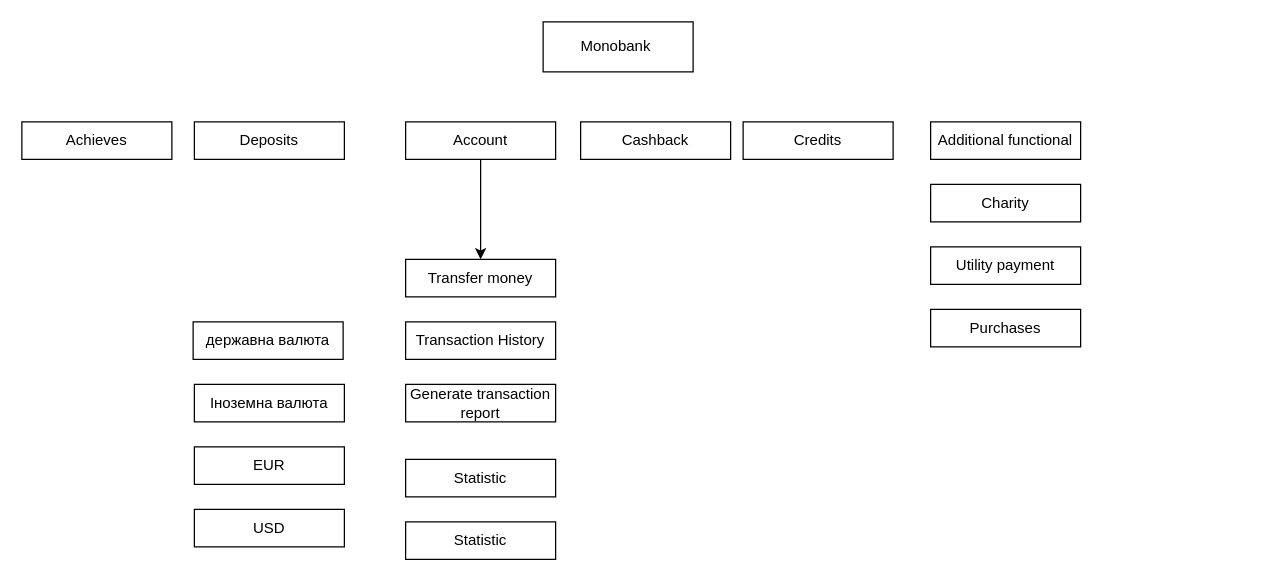
The draw.io diagram Decomposition.drawio in incfl0w/drawio, before the edit. Source tidied: cells renumbered, new cells numbered last; positions are measured from the earlier drawing's top-left corner, leaving out a move shared by most shapes. Both pictures are drawn from the tidied source at 125%, with x=0, y=0 at pixel (21, 21).
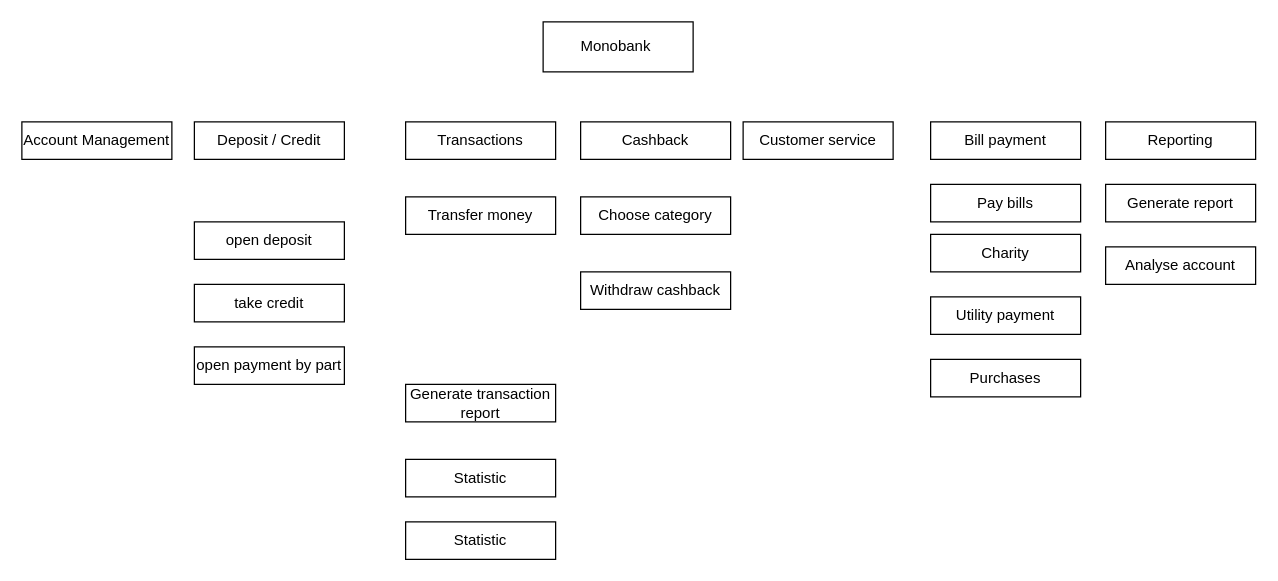
Above is the later version.

Diff of the diagram source:
```diff
@@
-    <mxCell id="3" style="edgeStyle=orthogonalEdgeStyle;rounded=0;jettySize=auto;html=1;" parent="1" edge="1" source="4" target="13">
-      <mxGeometry relative="1" as="geometry" />
-    </mxCell>
-    <mxCell id="4" value="Aссount" style="whiteSpace=wrap;html=1;" parent="1" vertex="1">
+    <mxCell id="4" value="Transactions" style="whiteSpace=wrap;html=1;" parent="1" vertex="1">
       <mxGeometry x="307" y="80" width="120" height="30" as="geometry" />
     </mxCell>
-    <mxCell id="5" value="Deposits" style="whiteSpace=wrap;html=1;" parent="1" vertex="1">
+    <mxCell id="5" value="Deposit / Credit" style="whiteSpace=wrap;html=1;" parent="1" vertex="1">
       <mxGeometry x="138" y="80" width="120" height="30" as="geometry" />
     </mxCell>
-    <mxCell id="6" value="Credits" style="whiteSpace=wrap;html=1;" parent="1" vertex="1">
+    <mxCell id="6" value="Customer service" style="whiteSpace=wrap;html=1;" parent="1" vertex="1">
       <mxGeometry x="577" y="80" width="120" height="30" as="geometry" />
     </mxCell>
-    <mxCell id="7" value="Additional functional" style="whiteSpace=wrap;html=1;" parent="1" vertex="1">
+    <mxCell id="7" value="Bill payment" style="whiteSpace=wrap;html=1;" parent="1" vertex="1">
       <mxGeometry x="727" y="80" width="120" height="30" as="geometry" />
     </mxCell>
     <mxCell id="8" value="Charity" style="whiteSpace=wrap;html=1;" parent="1" vertex="1">
-      <mxGeometry x="727" y="130" width="120" height="30" as="geometry" />
+      <mxGeometry x="727" y="170" width="120" height="30" as="geometry" />
     </mxCell>
     <mxCell id="9" value="Utility payment" style="whiteSpace=wrap;html=1;" parent="1" vertex="1">
-      <mxGeometry x="727" y="180" width="120" height="30" as="geometry" />
+      <mxGeometry x="727" y="220" width="120" height="30" as="geometry" />
     </mxCell>
     <mxCell id="10" value="Purchases" style="whiteSpace=wrap;html=1;" parent="1" vertex="1">
-      <mxGeometry x="727" y="230" width="120" height="30" as="geometry" />
+      <mxGeometry x="727" y="270" width="120" height="30" as="geometry" />
     </mxCell>
@@
-    <mxCell id="12" value="Achieves" style="whiteSpace=wrap;html=1;" parent="1" vertex="1">
+    <mxCell id="12" value="Account Management" style="whiteSpace=wrap;html=1;" parent="1" vertex="1">
       <mxGeometry y="80" width="120" height="30" as="geometry" />
     </mxCell>
     <mxCell id="13" value="Transfer money" style="whiteSpace=wrap;html=1;" parent="1" vertex="1">
-      <mxGeometry x="307" y="190" width="120" height="30" as="geometry" />
+      <mxGeometry x="307" y="140" width="120" height="30" as="geometry" />
     </mxCell>
-    <mxCell id="14" value="Transaction History" style="whiteSpace=wrap;html=1;" parent="1" vertex="1">
-      <mxGeometry x="307" y="240" width="120" height="30" as="geometry" />
+    <mxCell id="14" value="Generate report" style="whiteSpace=wrap;html=1;" parent="1" vertex="1">
+      <mxGeometry x="867" y="130" width="120" height="30" as="geometry" />
     </mxCell>
@@
-    <mxCell id="18" value="EUR" style="whiteSpace=wrap;html=1;" parent="1" vertex="1">
-      <mxGeometry x="138" y="340" width="120" height="30" as="geometry" />
+    <mxCell id="18" value="take credit" style="whiteSpace=wrap;html=1;" parent="1" vertex="1">
+      <mxGeometry x="138" y="210" width="120" height="30" as="geometry" />
     </mxCell>
-    <mxCell id="19" value="USD" style="whiteSpace=wrap;html=1;" parent="1" vertex="1">
-      <mxGeometry x="138" y="390" width="120" height="30" as="geometry" />
+    <mxCell id="19" value="open payment by part" style="whiteSpace=wrap;html=1;" parent="1" vertex="1">
+      <mxGeometry x="138" y="260" width="120" height="30" as="geometry" />
     </mxCell>
-    <mxCell id="20" value="Іноземна валюта" style="whiteSpace=wrap;html=1;" parent="1" vertex="1">
-      <mxGeometry x="138" y="290" width="120" height="30" as="geometry" />
-    </mxCell>
-    <mxCell id="21" value="державна валюта" style="whiteSpace=wrap;html=1;" parent="1" vertex="1">
-      <mxGeometry x="137" y="240" width="120" height="30" as="geometry" />
+    <mxCell id="21" value="open deposit" style="whiteSpace=wrap;html=1;" parent="1" vertex="1">
+      <mxGeometry x="138" y="160" width="120" height="30" as="geometry" />
     </mxCell>
+    <mxCell id="22" value="Choose category" style="whiteSpace=wrap;html=1;" parent="1" vertex="1">
+      <mxGeometry x="447" y="140" width="120" height="30" as="geometry" />
+    </mxCell>
+    <mxCell id="23" value="Withdraw cashback" style="whiteSpace=wrap;html=1;" parent="1" vertex="1">
+      <mxGeometry x="447" y="200" width="120" height="30" as="geometry" />
+    </mxCell>
+    <mxCell id="24" value="Pay bills" style="whiteSpace=wrap;html=1;" parent="1" vertex="1">
+      <mxGeometry x="727" y="130" width="120" height="30" as="geometry" />
+    </mxCell>
+    <mxCell id="25" value="Reporting" style="whiteSpace=wrap;html=1;" parent="1" vertex="1">
+      <mxGeometry x="867" y="80" width="120" height="30" as="geometry" />
+    </mxCell>
+    <mxCell id="26" value="Analyse account" style="whiteSpace=wrap;html=1;" parent="1" vertex="1">
+      <mxGeometry x="867" y="180" width="120" height="30" as="geometry" />
+    </mxCell>
```
